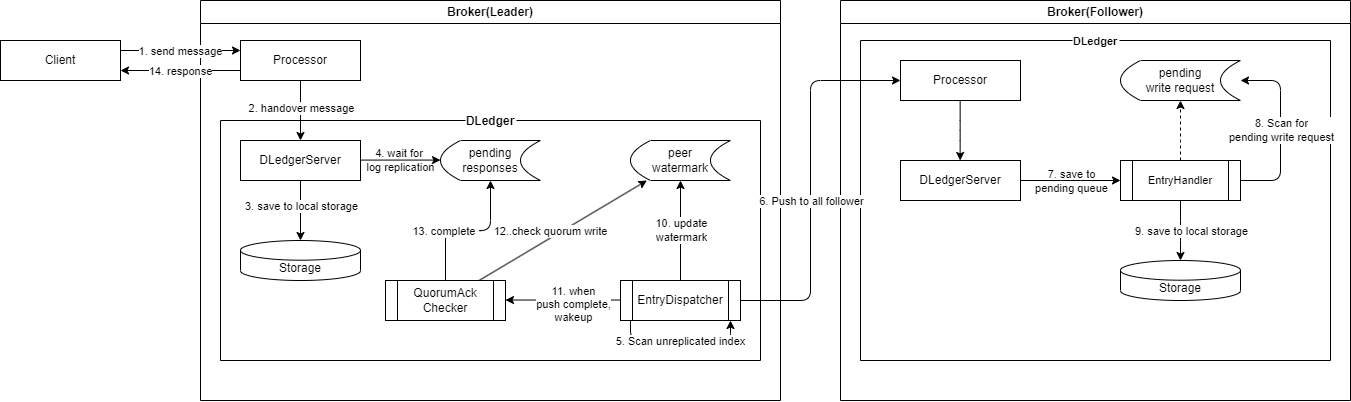
HScarb/knowledge keeps this draw.io diagram as rocketmq/99991231-rocketmq-dledger-log-replication.assets/dledger-entry-push-component.drawio.png. Above is the earlier version. Source tidied: cells renumbered, new cells last; positions are measured from the earlier drawing's top-left corner, leaving out a move shared by most shapes. Its diagram source:
```xml
<mxGraphModel>
  <root>
    <mxCell id="0" />
    <mxCell id="1" parent="0" />
    <mxCell id="2" value="Broker(Leader)" style="swimlane;whiteSpace=wrap;html=1;" parent="1" vertex="1">
      <mxGeometry x="200" width="580" height="400" as="geometry" />
    </mxCell>
    <mxCell id="3" value="DLedger" style="swimlane;startSize=0;gradientColor=none;labelBackgroundColor=default;" parent="2" vertex="1">
      <mxGeometry x="20" y="120" width="540" height="240" as="geometry" />
    </mxCell>
    <mxCell id="4" style="edgeStyle=none;html=1;" parent="3" edge="1" source="6" target="7">
      <mxGeometry relative="1" as="geometry" />
    </mxCell>
    <mxCell id="5" value="3. save to local storage" style="edgeLabel;html=1;align=center;verticalAlign=middle;" parent="4" vertex="1">
      <mxGeometry x="-0.53" y="-2" relative="1" as="geometry">
        <mxPoint x="2" y="11" as="offset" />
      </mxGeometry>
    </mxCell>
    <mxCell id="6" value="DLedgerServer" style="rounded=0;whiteSpace=wrap;html=1;labelBackgroundColor=default;gradientColor=none;" parent="3" vertex="1">
      <mxGeometry x="20" y="20" width="120" height="40" as="geometry" />
    </mxCell>
    <mxCell id="7" value="Storage" style="shape=cylinder3;whiteSpace=wrap;html=1;boundedLbl=1;backgroundOutline=1;size=9.852348993288615;labelBackgroundColor=default;gradientColor=none;" parent="3" vertex="1">
      <mxGeometry x="20" y="120" width="120" height="40" as="geometry" />
    </mxCell>
    <mxCell id="8" value="pending responses" style="shape=dataStorage;whiteSpace=wrap;html=1;fixedSize=1;labelBackgroundColor=none;gradientColor=none;" parent="3" vertex="1">
      <mxGeometry x="220" y="20" width="100" height="40" as="geometry" />
    </mxCell>
    <mxCell id="9" style="edgeStyle=elbowEdgeStyle;elbow=vertical;html=1;fontSize=11;" parent="3" edge="1" source="13" target="20">
      <mxGeometry relative="1" as="geometry" />
    </mxCell>
    <mxCell id="10" value="11. when &lt;br&gt;push complete,&lt;br&gt;wakeup" style="edgeLabel;html=1;align=center;verticalAlign=middle;fontSize=11;" parent="9" vertex="1">
      <mxGeometry x="-0.17" y="-1" relative="1" as="geometry">
        <mxPoint x="1" y="5" as="offset" />
      </mxGeometry>
    </mxCell>
    <mxCell id="11" style="html=1;fontSize=11;" parent="3" edge="1" source="13" target="21">
      <mxGeometry relative="1" as="geometry" />
    </mxCell>
    <mxCell id="12" value="10. update&lt;br&gt;watermark" style="edgeLabel;html=1;align=center;verticalAlign=middle;fontSize=11;" parent="11" vertex="1">
      <mxGeometry x="-0.19" y="-3" relative="1" as="geometry">
        <mxPoint x="-3" y="-9" as="offset" />
      </mxGeometry>
    </mxCell>
    <mxCell id="13" value="EntryDispatcher" style="shape=process;whiteSpace=wrap;html=1;backgroundOutline=1;labelBackgroundColor=none;gradientColor=none;" parent="3" vertex="1">
      <mxGeometry x="400" y="160" width="120" height="40" as="geometry" />
    </mxCell>
    <mxCell id="14" style="edgeStyle=none;html=1;" parent="3" edge="1">
      <mxGeometry relative="1" as="geometry">
        <mxPoint x="140" y="39.6" as="sourcePoint" />
        <mxPoint x="220" y="39.6" as="targetPoint" />
      </mxGeometry>
    </mxCell>
    <mxCell id="15" value="4. wait for&amp;nbsp;&lt;br&gt;log replication" style="edgeLabel;html=1;align=center;verticalAlign=middle;labelBackgroundColor=none;" parent="14" vertex="1">
      <mxGeometry x="-0.53" relative="1" as="geometry">
        <mxPoint x="21" as="offset" />
      </mxGeometry>
    </mxCell>
    <mxCell id="16" style="html=1;fontSize=11;elbow=vertical;" parent="3" edge="1" source="20" target="21">
      <mxGeometry relative="1" as="geometry" />
    </mxCell>
    <mxCell id="17" value="12..check quorum write" style="edgeLabel;html=1;align=center;verticalAlign=middle;fontSize=11;" parent="16" vertex="1">
      <mxGeometry x="0.26" y="-2" relative="1" as="geometry">
        <mxPoint x="-35" y="11" as="offset" />
      </mxGeometry>
    </mxCell>
    <mxCell id="18" style="edgeStyle=elbowEdgeStyle;elbow=vertical;html=1;fontSize=11;" parent="3" edge="1" source="20" target="8">
      <mxGeometry relative="1" as="geometry" />
    </mxCell>
    <mxCell id="19" value="13. complete&amp;nbsp;" style="edgeLabel;html=1;align=center;verticalAlign=middle;fontSize=11;" parent="18" vertex="1">
      <mxGeometry x="-0.26" y="-3" relative="1" as="geometry">
        <mxPoint x="-4" y="-3" as="offset" />
      </mxGeometry>
    </mxCell>
    <mxCell id="20" value="QuorumAck&lt;br&gt;Checker" style="shape=process;whiteSpace=wrap;html=1;backgroundOutline=1;labelBackgroundColor=none;gradientColor=none;" parent="3" vertex="1">
      <mxGeometry x="165" y="160" width="120" height="40" as="geometry" />
    </mxCell>
    <mxCell id="21" value="peer &lt;br&gt;watermark" style="shape=dataStorage;whiteSpace=wrap;html=1;fixedSize=1;labelBackgroundColor=none;gradientColor=none;" parent="3" vertex="1">
      <mxGeometry x="410" y="20" width="100" height="40" as="geometry" />
    </mxCell>
    <mxCell id="22" style="edgeStyle=elbowEdgeStyle;html=1;fontSize=11;elbow=vertical;" parent="3" edge="1" source="13" target="13">
      <mxGeometry relative="1" as="geometry">
        <Array as="points">
          <mxPoint x="410" y="220" />
        </Array>
      </mxGeometry>
    </mxCell>
    <mxCell id="23" value="5. Scan unreplicated index" style="edgeLabel;html=1;align=center;verticalAlign=middle;fontSize=11;" parent="22" vertex="1">
      <mxGeometry x="-0.44" relative="1" as="geometry">
        <mxPoint x="31" as="offset" />
      </mxGeometry>
    </mxCell>
    <mxCell id="24" style="edgeStyle=none;html=1;" parent="2" edge="1" source="26" target="6">
      <mxGeometry relative="1" as="geometry" />
    </mxCell>
    <mxCell id="25" value="2. handover message" style="edgeLabel;html=1;align=center;verticalAlign=middle;labelBackgroundColor=default;" parent="24" vertex="1">
      <mxGeometry x="-0.29" relative="1" as="geometry">
        <mxPoint y="6" as="offset" />
      </mxGeometry>
    </mxCell>
    <mxCell id="26" value="Processor" style="rounded=0;whiteSpace=wrap;html=1;" parent="2" vertex="1">
      <mxGeometry x="40" y="40" width="120" height="40" as="geometry" />
    </mxCell>
    <mxCell id="27" style="edgeStyle=none;html=1;" parent="2" edge="1">
      <mxGeometry relative="1" as="geometry">
        <mxPoint x="-80" y="50" as="sourcePoint" />
        <mxPoint x="40" y="50" as="targetPoint" />
      </mxGeometry>
    </mxCell>
    <mxCell id="28" value="1. send message" style="edgeLabel;html=1;align=center;verticalAlign=middle;" parent="27" vertex="1">
      <mxGeometry x="-0.25" y="-1" relative="1" as="geometry">
        <mxPoint x="15" y="-1" as="offset" />
      </mxGeometry>
    </mxCell>
    <mxCell id="29" value="Client" style="rounded=0;whiteSpace=wrap;html=1;" parent="1" vertex="1">
      <mxGeometry y="40" width="120" height="40" as="geometry" />
    </mxCell>
    <mxCell id="30" value="Broker(Follower)" style="swimlane;whiteSpace=wrap;html=1;labelBackgroundColor=none;gradientColor=none;" parent="1" vertex="1">
      <mxGeometry x="840" width="510" height="400" as="geometry" />
    </mxCell>
    <mxCell id="31" value="DLedger" style="swimlane;startSize=0;labelBackgroundColor=default;fontSize=11;gradientColor=none;" parent="30" vertex="1">
      <mxGeometry x="20" y="40" width="470" height="320" as="geometry" />
    </mxCell>
    <mxCell id="32" style="edgeStyle=elbowEdgeStyle;html=1;fontSize=11;" parent="31" edge="1" source="33" target="35">
      <mxGeometry relative="1" as="geometry" />
    </mxCell>
    <mxCell id="33" value="Processor" style="rounded=0;whiteSpace=wrap;html=1;labelBackgroundColor=none;gradientColor=none;" parent="31" vertex="1">
      <mxGeometry x="40" y="20" width="120" height="40" as="geometry" />
    </mxCell>
    <mxCell id="34" style="edgeStyle=elbowEdgeStyle;html=1;fontSize=11;" parent="31" edge="1" source="35" target="42">
      <mxGeometry relative="1" as="geometry" />
    </mxCell>
    <mxCell id="35" value="DLedgerServer" style="rounded=0;whiteSpace=wrap;html=1;labelBackgroundColor=default;gradientColor=none;" parent="31" vertex="1">
      <mxGeometry x="40" y="120" width="120" height="40" as="geometry" />
    </mxCell>
    <mxCell id="36" style="edgeStyle=elbowEdgeStyle;html=1;fontSize=11;elbow=vertical;dashed=1;" parent="31" edge="1" source="42" target="43">
      <mxGeometry relative="1" as="geometry" />
    </mxCell>
    <mxCell id="37" value="7. save to &lt;br&gt;pending queue" style="edgeLabel;html=1;align=center;verticalAlign=middle;fontSize=11;labelBackgroundColor=none;" parent="36" vertex="1">
      <mxGeometry x="-0.48" y="1" relative="1" as="geometry">
        <mxPoint x="-109" y="36" as="offset" />
      </mxGeometry>
    </mxCell>
    <mxCell id="38" style="edgeStyle=elbowEdgeStyle;html=1;fontSize=11;elbow=vertical;" parent="31" edge="1" source="42" target="43">
      <mxGeometry relative="1" as="geometry">
        <Array as="points">
          <mxPoint x="420" y="170" />
          <mxPoint x="320" y="240" />
        </Array>
      </mxGeometry>
    </mxCell>
    <mxCell id="39" value="8. Scan for &lt;br&gt;pending write request" style="edgeLabel;html=1;align=center;verticalAlign=middle;fontSize=11;" parent="38" vertex="1">
      <mxGeometry x="-0.33" y="-1" relative="1" as="geometry">
        <mxPoint x="-1" y="-29" as="offset" />
      </mxGeometry>
    </mxCell>
    <mxCell id="40" style="edgeStyle=elbowEdgeStyle;elbow=vertical;html=1;fontSize=11;" parent="31" edge="1" source="42" target="44">
      <mxGeometry relative="1" as="geometry" />
    </mxCell>
    <mxCell id="41" value="9. save to local storage" style="edgeLabel;html=1;align=center;verticalAlign=middle;fontSize=11;" parent="40" vertex="1">
      <mxGeometry x="-0.33" y="-3" relative="1" as="geometry">
        <mxPoint x="13" y="10" as="offset" />
      </mxGeometry>
    </mxCell>
    <mxCell id="42" value="EntryHandler" style="shape=process;whiteSpace=wrap;html=1;backgroundOutline=1;labelBackgroundColor=default;fontSize=11;gradientColor=none;" parent="31" vertex="1">
      <mxGeometry x="260" y="120" width="120" height="40" as="geometry" />
    </mxCell>
    <mxCell id="43" value="pending&lt;br&gt;write request" style="shape=dataStorage;whiteSpace=wrap;html=1;fixedSize=1;labelBackgroundColor=none;gradientColor=none;" parent="31" vertex="1">
      <mxGeometry x="260" y="20" width="120" height="40" as="geometry" />
    </mxCell>
    <mxCell id="44" value="Storage" style="shape=cylinder3;whiteSpace=wrap;html=1;boundedLbl=1;backgroundOutline=1;size=9.852348993288615;labelBackgroundColor=default;gradientColor=none;" parent="31" vertex="1">
      <mxGeometry x="260" y="220" width="120" height="40" as="geometry" />
    </mxCell>
    <mxCell id="45" style="edgeStyle=elbowEdgeStyle;html=1;" parent="1" edge="1" source="13" target="33">
      <mxGeometry relative="1" as="geometry">
        <Array as="points">
          <mxPoint x="810" y="110" />
        </Array>
      </mxGeometry>
    </mxCell>
    <mxCell id="46" value="6. Push to all follower" style="edgeLabel;html=1;align=center;verticalAlign=middle;fontSize=11;" parent="45" vertex="1">
      <mxGeometry y="1" relative="1" as="geometry">
        <mxPoint x="1" y="21" as="offset" />
      </mxGeometry>
    </mxCell>
    <mxCell id="47" style="edgeStyle=elbowEdgeStyle;elbow=vertical;html=1;fontSize=11;" parent="1" edge="1" source="26" target="29">
      <mxGeometry relative="1" as="geometry">
        <Array as="points">
          <mxPoint x="160" y="70" />
        </Array>
      </mxGeometry>
    </mxCell>
    <mxCell id="48" value="14. response" style="edgeLabel;html=1;align=center;verticalAlign=middle;fontSize=11;" parent="47" vertex="1">
      <mxGeometry x="0.62" relative="1" as="geometry">
        <mxPoint x="37" as="offset" />
      </mxGeometry>
    </mxCell>
  </root>
</mxGraphModel>
```
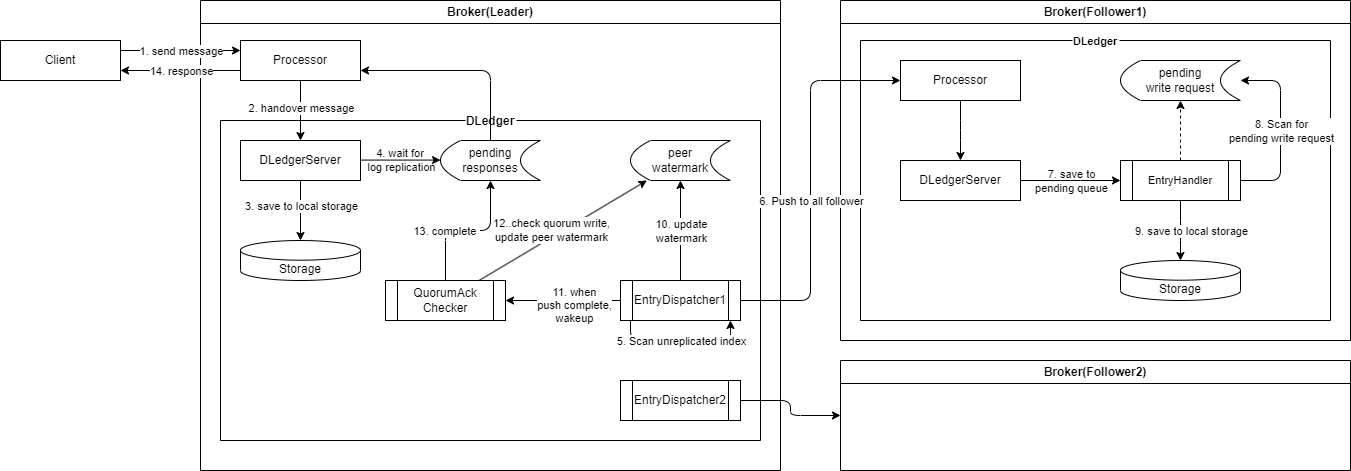
The same diagram one commit later.

What changed in the source:
```diff
@@ -3,10 +3,10 @@
     <mxCell id="0" />
     <mxCell id="1" parent="0" />
     <mxCell id="2" value="Broker(Leader)" style="swimlane;whiteSpace=wrap;html=1;" parent="1" vertex="1">
-      <mxGeometry x="200" width="580" height="400" as="geometry" />
+      <mxGeometry x="200" width="580" height="470" as="geometry" />
     </mxCell>
     <mxCell id="3" value="DLedger" style="swimlane;startSize=0;gradientColor=none;labelBackgroundColor=default;" parent="2" vertex="1">
-      <mxGeometry x="20" y="120" width="540" height="240" as="geometry" />
+      <mxGeometry x="20" y="120" width="540" height="320" as="geometry" />
     </mxCell>
     <mxCell id="4" style="edgeStyle=none;html=1;" parent="3" edge="1" source="6" target="7">
       <mxGeometry relative="1" as="geometry" />
@@ -41,7 +41,7 @@
         <mxPoint x="-3" y="-9" as="offset" />
       </mxGeometry>
     </mxCell>
-    <mxCell id="13" value="EntryDispatcher" style="shape=process;whiteSpace=wrap;html=1;backgroundOutline=1;labelBackgroundColor=none;gradientColor=none;" parent="3" vertex="1">
+    <mxCell id="13" value="EntryDispatcher1" style="shape=process;whiteSpace=wrap;html=1;backgroundOutline=1;labelBackgroundColor=none;gradientColor=none;" parent="3" vertex="1">
       <mxGeometry x="400" y="160" width="120" height="40" as="geometry" />
     </mxCell>
     <mxCell id="14" style="edgeStyle=none;html=1;" parent="3" edge="1">
@@ -58,7 +58,7 @@
     <mxCell id="16" style="html=1;fontSize=11;elbow=vertical;" parent="3" edge="1" source="20" target="21">
       <mxGeometry relative="1" as="geometry" />
     </mxCell>
-    <mxCell id="17" value="12..check quorum write" style="edgeLabel;html=1;align=center;verticalAlign=middle;fontSize=11;" parent="16" vertex="1">
+    <mxCell id="17" value="12..check quorum write,&lt;br&gt;update peer watermark" style="edgeLabel;html=1;align=center;verticalAlign=middle;fontSize=11;" parent="16" vertex="1">
       <mxGeometry x="0.26" y="-2" relative="1" as="geometry">
         <mxPoint x="-35" y="11" as="offset" />
       </mxGeometry>
@@ -89,6 +89,9 @@
         <mxPoint x="31" as="offset" />
       </mxGeometry>
     </mxCell>
+    <mxCell id="49" value="EntryDispatcher2" style="shape=process;whiteSpace=wrap;html=1;backgroundOutline=1;labelBackgroundColor=none;gradientColor=none;" parent="3" vertex="1">
+      <mxGeometry x="400" y="260" width="120" height="40" as="geometry" />
+    </mxCell>
     <mxCell id="24" style="edgeStyle=none;html=1;" parent="2" edge="1" source="26" target="6">
       <mxGeometry relative="1" as="geometry" />
     </mxCell>
@@ -111,14 +114,21 @@
         <mxPoint x="15" y="-1" as="offset" />
       </mxGeometry>
     </mxCell>
+    <mxCell id="50" style="edgeStyle=orthogonalEdgeStyle;html=1;" parent="2" edge="1" source="8" target="26">
+      <mxGeometry relative="1" as="geometry">
+        <Array as="points">
+          <mxPoint x="290" y="70" />
+        </Array>
+      </mxGeometry>
+    </mxCell>
     <mxCell id="29" value="Client" style="rounded=0;whiteSpace=wrap;html=1;" parent="1" vertex="1">
       <mxGeometry y="40" width="120" height="40" as="geometry" />
     </mxCell>
-    <mxCell id="30" value="Broker(Follower)" style="swimlane;whiteSpace=wrap;html=1;labelBackgroundColor=none;gradientColor=none;" parent="1" vertex="1">
-      <mxGeometry x="840" width="510" height="400" as="geometry" />
+    <mxCell id="30" value="Broker(Follower1)" style="swimlane;whiteSpace=wrap;html=1;labelBackgroundColor=none;gradientColor=none;" parent="1" vertex="1">
+      <mxGeometry x="840" width="510" height="340" as="geometry" />
     </mxCell>
     <mxCell id="31" value="DLedger" style="swimlane;startSize=0;labelBackgroundColor=default;fontSize=11;gradientColor=none;" parent="30" vertex="1">
-      <mxGeometry x="20" y="40" width="470" height="320" as="geometry" />
+      <mxGeometry x="20" y="40" width="470" height="280" as="geometry" />
     </mxCell>
     <mxCell id="32" style="edgeStyle=elbowEdgeStyle;html=1;fontSize=11;" parent="31" edge="1" source="33" target="35">
       <mxGeometry relative="1" as="geometry" />
@@ -194,5 +204,11 @@
         <mxPoint x="37" as="offset" />
       </mxGeometry>
     </mxCell>
+    <mxCell id="51" value="Broker(Follower2)" style="swimlane;whiteSpace=wrap;html=1;" parent="1" vertex="1">
+      <mxGeometry x="840" y="360" width="510" height="110" as="geometry" />
+    </mxCell>
+    <mxCell id="52" style="edgeStyle=orthogonalEdgeStyle;html=1;" parent="1" edge="1" source="49" target="51">
+      <mxGeometry relative="1" as="geometry" />
+    </mxCell>
   </root>
 </mxGraphModel>
```
